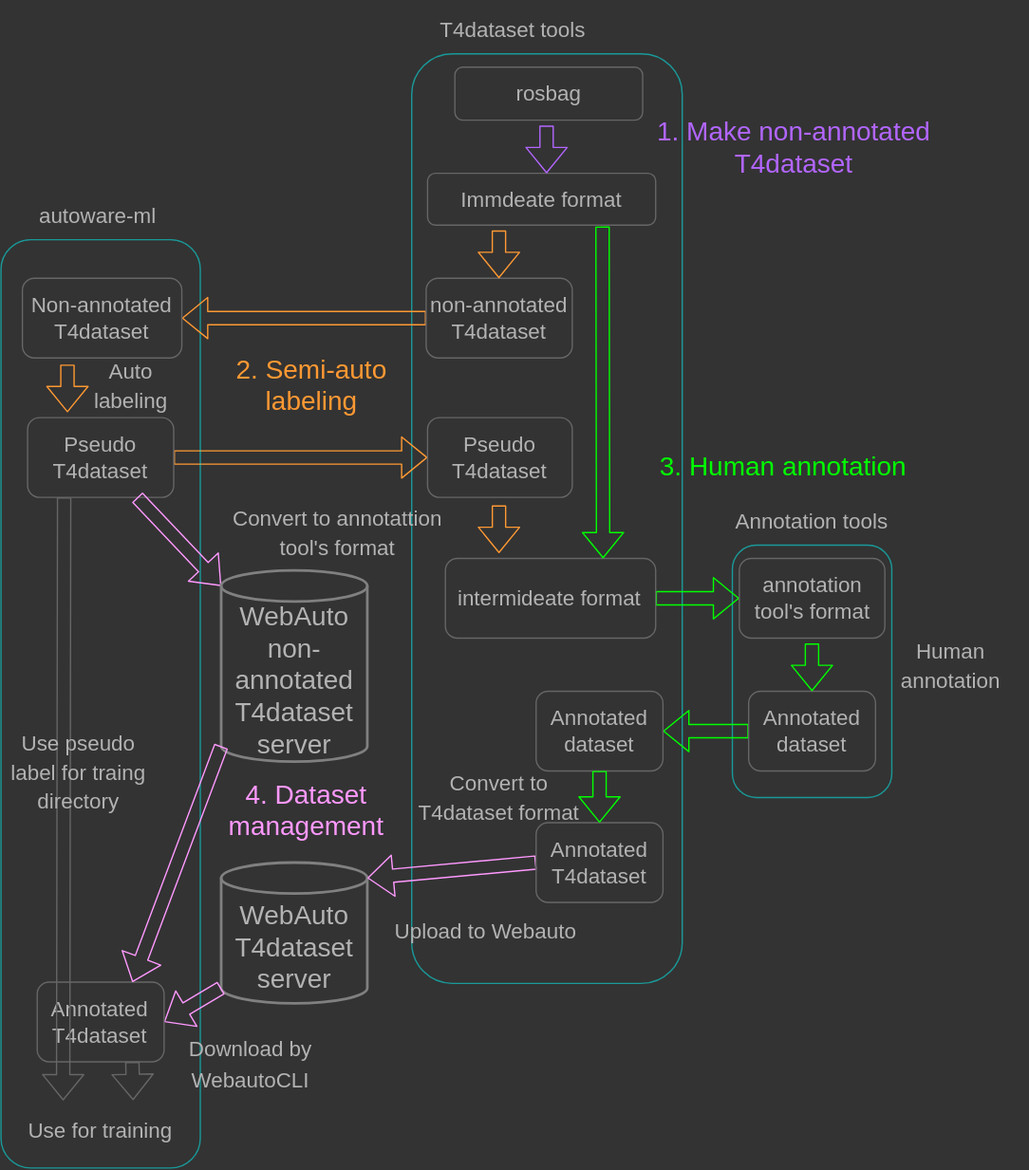
tier4/AWML keeps this draw.io diagram as docs/fig/data_pipeline.drawio.svg. Above is the earlier version. Source tidied: cells renumbered, new cells last; positions are measured from the earlier drawing's top-left corner, leaving out a move shared by most shapes.
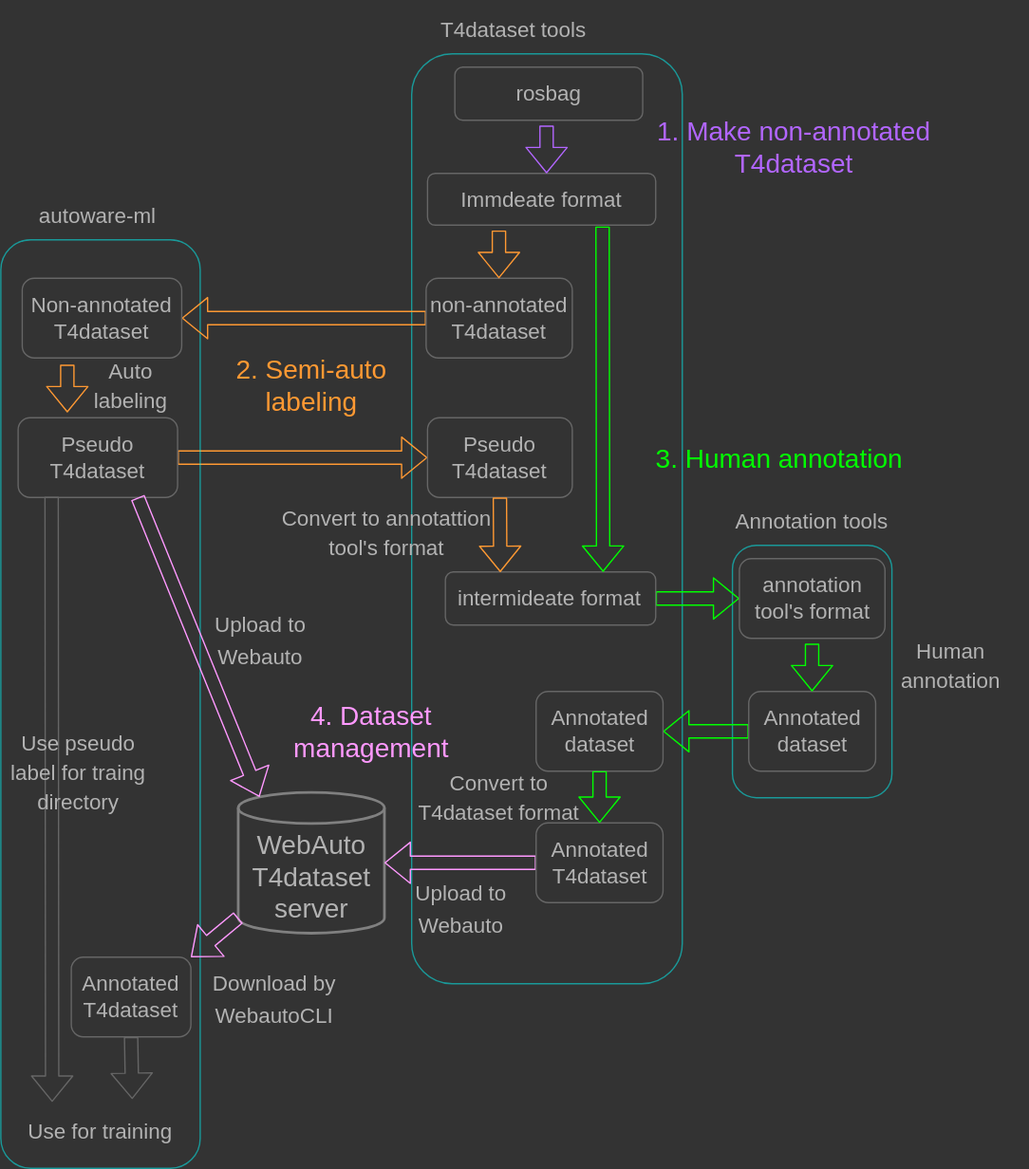
Later version of the same file.

Commit message:
chore(docs): update dataset document (#305)

The edit, as a diff of the source:
```diff
@@ -24,34 +24,34 @@
       <mxGeometry relative="1" as="geometry" />
     </mxCell>
     <mxCell id="9" value="&lt;p style=&quot;line-height: 100%;&quot;&gt;&lt;font style=&quot;font-size: 16px;&quot;&gt;Convert to annotattion tool's format&lt;/font&gt;&lt;/p&gt;" style="text;html=1;strokeColor=none;fillColor=none;align=center;verticalAlign=middle;whiteSpace=wrap;rounded=0;fontSize=20;fontColor=#B3B3B3;" parent="1" vertex="1">
-      <mxGeometry x="165.7" y="380" width="174.7" height="40" as="geometry" />
+      <mxGeometry x="203" y="380" width="174.7" height="40" as="geometry" />
     </mxCell>
     <mxCell id="10" style="shape=flexArrow;endArrow=classic;html=1;fontSize=20;fontColor=#B3B3B3;strokeColor=#00FF00;exitX=0;exitY=0.5;exitDx=0;exitDy=0;entryX=1;entryY=0.5;entryDx=0;entryDy=0;" parent="1" edge="1" source="24" target="33">
       <mxGeometry relative="1" as="geometry" />
     </mxCell>
     <mxCell id="11" value="&lt;span style=&quot;font-size: 20px;&quot;&gt;WebAuto&lt;br&gt;T4dataset&lt;br&gt;server&lt;br&gt;&lt;/span&gt;" style="shape=cylinder3;whiteSpace=wrap;html=1;boundedLbl=1;backgroundOutline=1;size=11.679206848144531;fontColor=#B3B3B3;fillColor=none;strokeColor=#808080;strokeWidth=2;" parent="1" vertex="1">
-      <mxGeometry x="165.7" y="649" width="110" height="106" as="geometry" />
+      <mxGeometry x="178.6" y="596" width="110" height="106" as="geometry" />
     </mxCell>
     <mxCell id="12" value="&lt;font style=&quot;font-size: 16px;&quot;&gt;Upload to Webauto&lt;/font&gt;" style="text;html=1;strokeColor=none;fillColor=none;align=center;verticalAlign=middle;whiteSpace=wrap;rounded=0;fontSize=20;fontColor=#B3B3B3;" parent="1" vertex="1">
-      <mxGeometry x="291.5" y="679" width="145.5" height="40" as="geometry" />
+      <mxGeometry x="301.1" y="662" width="91.5" height="40" as="geometry" />
     </mxCell>
-    <mxCell id="13" style="shape=flexArrow;endArrow=classic;html=1;fontSize=20;fontColor=#B3B3B3;strokeColor=#FF99FF;entryX=1;entryY=0;entryDx=0;entryDy=11.679206848144531;entryPerimeter=0;exitX=0;exitY=0.5;exitDx=0;exitDy=0;" parent="1" edge="1" source="23" target="11">
+    <mxCell id="13" style="shape=flexArrow;endArrow=classic;html=1;fontSize=20;fontColor=#B3B3B3;strokeColor=#FF99FF;entryX=1;entryY=0.5;entryDx=0;entryDy=0;entryPerimeter=0;exitX=0;exitY=0.5;exitDx=0;exitDy=0;" parent="1" edge="1" source="23" target="11">
       <mxGeometry relative="1" as="geometry" />
     </mxCell>
     <mxCell id="14" value="&lt;font style=&quot;font-size: 16px;&quot;&gt;Download by WebautoCLI&lt;/font&gt;" style="text;html=1;strokeColor=none;fillColor=none;align=center;verticalAlign=middle;whiteSpace=wrap;rounded=0;fontSize=20;fontColor=#B3B3B3;" parent="1" vertex="1">
-      <mxGeometry x="115.4" y="779" width="145.5" height="40" as="geometry" />
+      <mxGeometry x="133" y="730" width="145.5" height="40" as="geometry" />
     </mxCell>
-    <mxCell id="15" style="shape=flexArrow;endArrow=classic;html=1;fontSize=20;fontColor=#B3B3B3;strokeColor=#FF99FF;exitX=0;exitY=1;exitDx=0;exitDy=-11.679206848144531;exitPerimeter=0;entryX=1;entryY=0.5;entryDx=0;entryDy=0;" parent="1" edge="1" source="11" target="38">
+    <mxCell id="15" style="shape=flexArrow;endArrow=classic;html=1;fontSize=20;fontColor=#B3B3B3;strokeColor=#FF99FF;exitX=0;exitY=1;exitDx=0;exitDy=-11.679206848144531;exitPerimeter=0;entryX=1;entryY=0;entryDx=0;entryDy=0;" parent="1" edge="1" source="11" target="38">
       <mxGeometry relative="1" as="geometry" />
     </mxCell>
     <mxCell id="16" value="&lt;font color=&quot;#ff9933&quot;&gt;2. Semi-auto labeling&lt;/font&gt;" style="text;html=1;strokeColor=none;fillColor=none;align=center;verticalAlign=middle;whiteSpace=wrap;rounded=0;fontSize=20;fontColor=#B3B3B3;" parent="1" vertex="1">
       <mxGeometry x="160.9" y="269" width="145.5" height="40" as="geometry" />
     </mxCell>
     <mxCell id="17" value="&lt;font color=&quot;#00ff00&quot;&gt;3. Human annotation&lt;/font&gt;" style="text;html=1;strokeColor=none;fillColor=none;align=center;verticalAlign=middle;whiteSpace=wrap;rounded=0;fontSize=20;fontColor=#B3B3B3;" parent="1" vertex="1">
-      <mxGeometry x="494" y="330" width="190.2" height="40" as="geometry" />
+      <mxGeometry x="491.4" y="324" width="190.2" height="40" as="geometry" />
     </mxCell>
     <mxCell id="18" value="&lt;font color=&quot;#ff99ff&quot;&gt;4. Dataset management&lt;/font&gt;" style="text;html=1;strokeColor=none;fillColor=none;align=center;verticalAlign=middle;whiteSpace=wrap;rounded=0;fontSize=20;fontColor=#B3B3B3;" parent="1" vertex="1">
-      <mxGeometry x="154" y="589" width="152.4" height="40" as="geometry" />
+      <mxGeometry x="203" y="530" width="152.4" height="40" as="geometry" />
     </mxCell>
     <mxCell id="19" value="&lt;font style=&quot;font-size: 16px;&quot;&gt;autoware-ml&lt;/font&gt;" style="text;html=1;strokeColor=none;fillColor=none;align=center;verticalAlign=middle;whiteSpace=wrap;rounded=0;fontSize=20;fontColor=#B3B3B3;" parent="1" vertex="1">
       <mxGeometry y="140" width="145.5" height="40" as="geometry" />
@@ -60,7 +60,7 @@
       <mxGeometry x="278.5" width="215.5" height="40" as="geometry" />
     </mxCell>
     <mxCell id="21" value="&lt;span style=&quot;color: rgb(179, 179, 179); font-size: 16px;&quot;&gt;Pseudo T4dataset&lt;/span&gt;" style="rounded=1;whiteSpace=wrap;html=1;fillColor=none;strokeColor=#666666;" parent="1" vertex="1">
-      <mxGeometry x="20" y="314" width="110" height="60" as="geometry" />
+      <mxGeometry x="13" y="314" width="120" height="60" as="geometry" />
     </mxCell>
     <mxCell id="22" value="&lt;span style=&quot;color: rgb(179, 179, 179); font-size: 16px;&quot;&gt;Immdeate format&lt;/span&gt;" style="rounded=1;whiteSpace=wrap;html=1;fillColor=none;strokeColor=#666666;" parent="1" vertex="1">
       <mxGeometry x="321.1" y="130" width="171.7" height="39" as="geometry" />
@@ -75,7 +75,7 @@
       <mxGeometry x="538.2" y="370" width="144.6" height="40" as="geometry" />
     </mxCell>
     <mxCell id="26" value="&lt;span style=&quot;color: rgb(179, 179, 179); font-size: 16px;&quot;&gt;intermideate format&lt;/span&gt;" style="rounded=1;whiteSpace=wrap;html=1;fillColor=none;strokeColor=#666666;" parent="1" vertex="1">
-      <mxGeometry x="334.5" y="420" width="158.3" height="60" as="geometry" />
+      <mxGeometry x="334.5" y="430" width="158.3" height="40" as="geometry" />
     </mxCell>
     <mxCell id="27" value="&lt;span style=&quot;color: rgb(179, 179, 179); font-size: 16px;&quot;&gt;Pseudo T4dataset&lt;/span&gt;" style="rounded=1;whiteSpace=wrap;html=1;fillColor=none;strokeColor=#666666;" parent="1" vertex="1">
       <mxGeometry x="321.1" y="314" width="108.9" height="60" as="geometry" />
@@ -89,11 +89,8 @@
         <mxPoint x="50" y="310" as="targetPoint" />
       </mxGeometry>
     </mxCell>
-    <mxCell id="30" style="shape=flexArrow;endArrow=classic;html=1;strokeColor=#FF9933;" parent="1" edge="1">
-      <mxGeometry relative="1" as="geometry">
-        <mxPoint x="374.8" y="380" as="sourcePoint" />
-        <mxPoint x="374.8" y="416" as="targetPoint" />
-      </mxGeometry>
+    <mxCell id="30" style="shape=flexArrow;endArrow=classic;html=1;strokeColor=#FF9933;entryX=0.261;entryY=0.004;entryDx=0;entryDy=0;exitX=0.5;exitY=1;exitDx=0;exitDy=0;entryPerimeter=0;" parent="1" edge="1" source="27" target="26">
+      <mxGeometry relative="1" as="geometry" />
     </mxCell>
     <mxCell id="31" style="shape=flexArrow;endArrow=classic;html=1;strokeColor=#00FF00;entryX=0.75;entryY=0;entryDx=0;entryDy=0;" parent="1" edge="1" target="26">
       <mxGeometry relative="1" as="geometry">
@@ -122,9 +119,9 @@
       <mxGeometry x="301.1" y="579" width="147.7" height="40" as="geometry" />
     </mxCell>
     <mxCell id="38" value="&lt;span style=&quot;color: rgb(179, 179, 179); font-size: 16px;&quot;&gt;Annotated T4dataset&lt;/span&gt;" style="rounded=1;whiteSpace=wrap;html=1;fillColor=none;strokeColor=#666666;" parent="1" vertex="1">
-      <mxGeometry x="27.2" y="739" width="95.5" height="60" as="geometry" />
+      <mxGeometry x="53" y="720" width="90" height="60" as="geometry" />
     </mxCell>
-    <mxCell id="39" style="shape=flexArrow;endArrow=classic;html=1;strokeColor=#666666;exitX=0.75;exitY=1;exitDx=0;exitDy=0;entryX=0.668;entryY=-0.026;entryDx=0;entryDy=0;entryPerimeter=0;" parent="1" edge="1" source="38" target="40">
+    <mxCell id="39" style="shape=flexArrow;endArrow=classic;html=1;strokeColor=#666666;exitX=0.5;exitY=1;exitDx=0;exitDy=0;entryX=0.664;entryY=-0.053;entryDx=0;entryDy=0;entryPerimeter=0;" parent="1" edge="1" source="38" target="40">
       <mxGeometry relative="1" as="geometry" />
     </mxCell>
     <mxCell id="40" value="&lt;font style=&quot;font-size: 16px;&quot;&gt;Use for training&lt;/font&gt;" style="text;html=1;strokeColor=none;fillColor=none;align=center;verticalAlign=middle;whiteSpace=wrap;rounded=0;fontSize=20;fontColor=#B3B3B3;" parent="1" vertex="1">
@@ -142,21 +139,15 @@
     <mxCell id="43" value="&lt;font color=&quot;#b266ff&quot;&gt;1. Make non-annotated T4dataset&lt;/font&gt;" style="text;html=1;strokeColor=none;fillColor=none;align=center;verticalAlign=middle;whiteSpace=wrap;rounded=0;fontSize=20;fontColor=#B3B3B3;" parent="1" vertex="1">
       <mxGeometry x="491.4" y="90" width="212.5" height="40" as="geometry" />
     </mxCell>
-    <mxCell id="44" style="shape=flexArrow;endArrow=classic;html=1;strokeColor=#666666;entryX=0.306;entryY=-0.021;entryDx=0;entryDy=0;exitX=0.25;exitY=1;exitDx=0;exitDy=0;entryPerimeter=0;" parent="1" edge="1" source="21" target="40">
+    <mxCell id="44" style="shape=flexArrow;endArrow=classic;html=1;strokeColor=#666666;entryX=0.25;entryY=0;entryDx=0;entryDy=0;exitX=0.21;exitY=0.991;exitDx=0;exitDy=0;exitPerimeter=0;" parent="1" edge="1" source="21" target="40">
       <mxGeometry relative="1" as="geometry" />
     </mxCell>
     <mxCell id="45" value="&lt;p style=&quot;line-height: 100%;&quot;&gt;&lt;span style=&quot;font-size: 16px;&quot;&gt;Use pseudo label for traing directory&lt;/span&gt;&lt;/p&gt;" style="text;html=1;strokeColor=none;fillColor=none;align=center;verticalAlign=middle;whiteSpace=wrap;rounded=0;fontSize=20;fontColor=#B3B3B3;" parent="1" vertex="1">
       <mxGeometry x="2.2" y="560" width="113.1" height="40" as="geometry" />
     </mxCell>
-    <mxCell id="46" style="shape=flexArrow;endArrow=classic;html=1;fontSize=20;fontColor=#B3B3B3;strokeColor=#FF99FF;entryX=0;entryY=0;entryDx=0;entryDy=11.679206848144531;entryPerimeter=0;exitX=0.75;exitY=1;exitDx=0;exitDy=0;" parent="1" edge="1" source="21" target="47">
+    <mxCell id="46" style="shape=flexArrow;endArrow=classic;html=1;fontSize=20;fontColor=#B3B3B3;strokeColor=#FF99FF;entryX=0.145;entryY=0;entryDx=0;entryDy=3.386969985961914;entryPerimeter=0;exitX=0.75;exitY=1;exitDx=0;exitDy=0;" parent="1" edge="1" source="21" target="11">
       <mxGeometry relative="1" as="geometry" />
     </mxCell>
-    <mxCell id="47" value="&lt;span style=&quot;font-size: 20px;&quot;&gt;WebAuto non-annotated&lt;br&gt;T4dataset&lt;br&gt;server&lt;br&gt;&lt;/span&gt;" style="shape=cylinder3;whiteSpace=wrap;html=1;boundedLbl=1;backgroundOutline=1;size=11.679206848144531;fontColor=#B3B3B3;fillColor=none;strokeColor=#808080;strokeWidth=2;" parent="1" vertex="1">
-      <mxGeometry x="165.7" y="429" width="110" height="144" as="geometry" />
-    </mxCell>
-    <mxCell id="48" style="shape=flexArrow;endArrow=classic;html=1;fontSize=20;fontColor=#B3B3B3;strokeColor=#FF99FF;exitX=0;exitY=1;exitDx=0;exitDy=-11.679206848144531;exitPerimeter=0;entryX=0.75;entryY=0;entryDx=0;entryDy=0;" parent="1" edge="1" source="47" target="38">
-      <mxGeometry relative="1" as="geometry" />
-    </mxCell>
     <mxCell id="49" value="&lt;span style=&quot;color: rgb(179, 179, 179); font-size: 16px;&quot;&gt;non-annotated T4dataset&lt;/span&gt;" style="rounded=1;whiteSpace=wrap;html=1;fillColor=none;strokeColor=#666666;" parent="1" vertex="1">
       <mxGeometry x="320" y="209" width="110" height="60" as="geometry" />
     </mxCell>
@@ -166,5 +157,8 @@
         <mxPoint x="374.8" y="209" as="targetPoint" />
       </mxGeometry>
     </mxCell>
+    <mxCell id="51" value="&lt;font style=&quot;font-size: 16px;&quot;&gt;Upload to Webauto&lt;/font&gt;" style="text;html=1;strokeColor=none;fillColor=none;align=center;verticalAlign=middle;whiteSpace=wrap;rounded=0;fontSize=20;fontColor=#B3B3B3;" parent="1" vertex="1">
+      <mxGeometry x="150" y="460" width="91.5" height="40" as="geometry" />
+    </mxCell>
   </root>
 </mxGraphModel>
```
